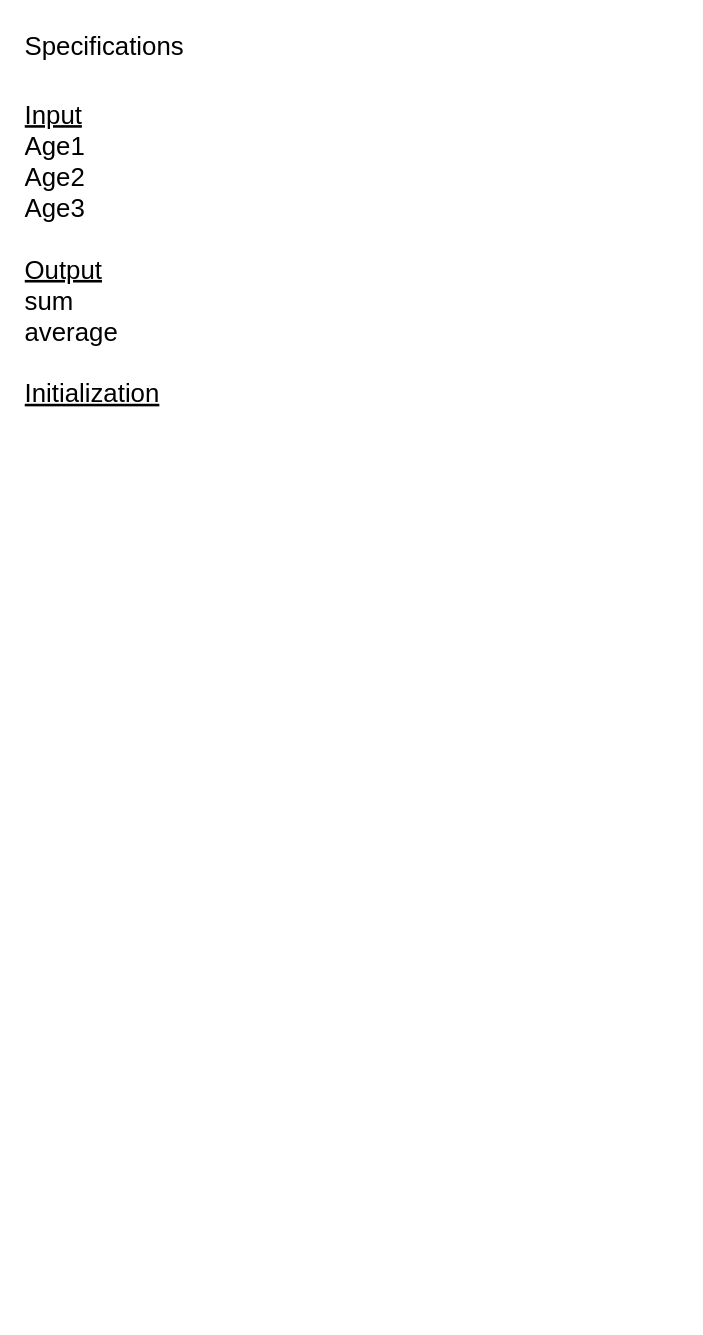
Earlier version of the draw.io diagram Flowcharts/Ages Flowchart.drawio (ElectricDaFearox/Tougaloo-Fundemental-Programming). Source tidied: cells renumbered, new cells numbered last; positions are measured from the earlier drawing's top-left corner, leaving out a move shared by most shapes. Both pictures are drawn from the tidied source at 129%, with x=0, y=0 at pixel (22, 22).
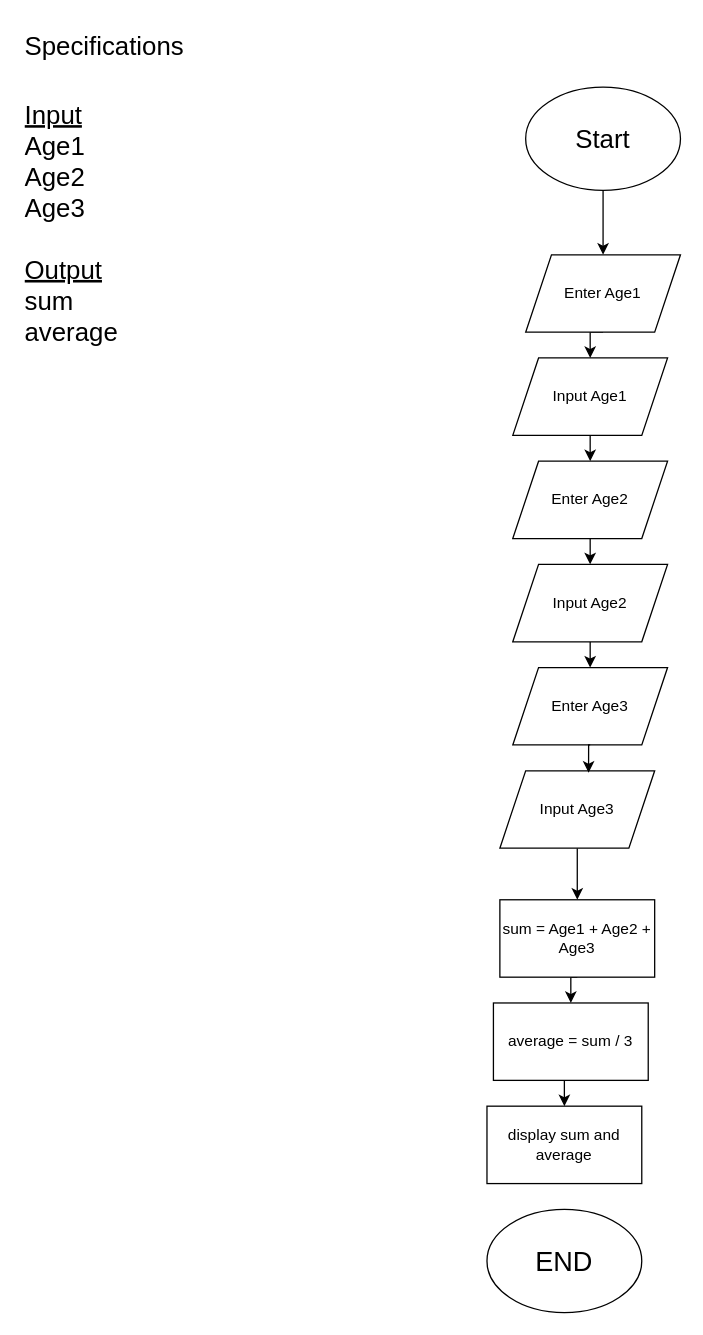
Above is the later version.

What changed in the source:
```diff
@@
-    <mxCell id="2" value="&lt;div&gt;&lt;font style=&quot;font-size: 20px;&quot;&gt;Specifications&lt;/font&gt;&lt;/div&gt;&lt;br&gt;&lt;div&gt;&lt;br&gt;&lt;/div&gt;&lt;div style=&quot;font-size: 20px;&quot;&gt;&lt;u&gt;Input&lt;/u&gt;&lt;br&gt;Age1&lt;br&gt;Age2&lt;br&gt;Age3&lt;br&gt;&lt;br&gt;&lt;u&gt;Output&lt;/u&gt;&lt;br&gt;sum&lt;br&gt;average&lt;br&gt;&lt;br&gt;&lt;u&gt;Initialization&lt;br&gt;&lt;/u&gt;&lt;br&gt;&lt;/div&gt;" style="text;html=1;whiteSpace=wrap;overflow=hidden;rounded=0;" parent="1" vertex="1">
+    <mxCell id="2" value="&lt;div&gt;&lt;font style=&quot;font-size: 20px;&quot;&gt;Specifications&lt;/font&gt;&lt;/div&gt;&lt;br&gt;&lt;div&gt;&lt;br&gt;&lt;/div&gt;&lt;div style=&quot;font-size: 20px;&quot;&gt;&lt;u&gt;Input&lt;/u&gt;&lt;br&gt;Age1&lt;br&gt;Age2&lt;br&gt;Age3&lt;br&gt;&lt;br&gt;&lt;u&gt;Output&lt;/u&gt;&lt;br&gt;sum&lt;br&gt;average&lt;br&gt;&lt;br&gt;&lt;u&gt;&lt;br&gt;&lt;/u&gt;&lt;br&gt;&lt;/div&gt;" style="text;html=1;whiteSpace=wrap;overflow=hidden;rounded=0;" parent="1" vertex="1">
       <mxGeometry width="360" height="410" as="geometry" />
     </mxCell>
+    <mxCell id="3" style="edgeStyle=orthogonalEdgeStyle;rounded=0;jettySize=auto;html=1;exitX=0.5;exitY=1;exitDx=0;exitDy=0;entryX=0.5;entryY=0;entryDx=0;entryDy=0;" parent="1" edge="1" source="4" target="6">
+      <mxGeometry relative="1" as="geometry" />
+    </mxCell>
+    <mxCell id="4" value="&lt;font style=&quot;font-size: 20px;&quot;&gt;Start&lt;/font&gt;" style="ellipse;whiteSpace=wrap;html=1;" parent="1" vertex="1">
+      <mxGeometry x="390" y="50" width="120" height="80" as="geometry" />
+    </mxCell>
+    <mxCell id="5" style="edgeStyle=orthogonalEdgeStyle;rounded=0;jettySize=auto;html=1;exitX=0.5;exitY=1;exitDx=0;exitDy=0;entryX=0.5;entryY=0;entryDx=0;entryDy=0;" parent="1" edge="1" source="6" target="8">
+      <mxGeometry relative="1" as="geometry" />
+    </mxCell>
+    <mxCell id="6" value="Enter Age1" style="shape=parallelogram;perimeter=parallelogramPerimeter;whiteSpace=wrap;html=1;fixedSize=1;" parent="1" vertex="1">
+      <mxGeometry x="390" y="180" width="120" height="60" as="geometry" />
+    </mxCell>
+    <mxCell id="7" style="edgeStyle=orthogonalEdgeStyle;rounded=0;jettySize=auto;html=1;exitX=0.5;exitY=1;exitDx=0;exitDy=0;entryX=0.5;entryY=0;entryDx=0;entryDy=0;" parent="1" edge="1" source="8" target="10">
+      <mxGeometry relative="1" as="geometry" />
+    </mxCell>
+    <mxCell id="8" value="Input Age1" style="shape=parallelogram;perimeter=parallelogramPerimeter;whiteSpace=wrap;html=1;fixedSize=1;" parent="1" vertex="1">
+      <mxGeometry x="380" y="260" width="120" height="60" as="geometry" />
+    </mxCell>
+    <mxCell id="9" style="edgeStyle=orthogonalEdgeStyle;rounded=0;jettySize=auto;html=1;exitX=0.5;exitY=1;exitDx=0;exitDy=0;entryX=0.5;entryY=0;entryDx=0;entryDy=0;" parent="1" edge="1" source="10" target="12">
+      <mxGeometry relative="1" as="geometry" />
+    </mxCell>
+    <mxCell id="10" value="Enter Age2" style="shape=parallelogram;perimeter=parallelogramPerimeter;whiteSpace=wrap;html=1;fixedSize=1;" parent="1" vertex="1">
+      <mxGeometry x="380" y="340" width="120" height="60" as="geometry" />
+    </mxCell>
+    <mxCell id="11" style="edgeStyle=orthogonalEdgeStyle;rounded=0;jettySize=auto;html=1;exitX=0.5;exitY=1;exitDx=0;exitDy=0;entryX=0.5;entryY=0;entryDx=0;entryDy=0;" parent="1" edge="1" source="12" target="13">
+      <mxGeometry relative="1" as="geometry" />
+    </mxCell>
+    <mxCell id="12" value="Input Age2" style="shape=parallelogram;perimeter=parallelogramPerimeter;whiteSpace=wrap;html=1;fixedSize=1;" parent="1" vertex="1">
+      <mxGeometry x="380" y="420" width="120" height="60" as="geometry" />
+    </mxCell>
+    <mxCell id="13" value="Enter Age3" style="shape=parallelogram;perimeter=parallelogramPerimeter;whiteSpace=wrap;html=1;fixedSize=1;" parent="1" vertex="1">
+      <mxGeometry x="380" y="500" width="120" height="60" as="geometry" />
+    </mxCell>
+    <mxCell id="14" style="edgeStyle=orthogonalEdgeStyle;rounded=0;jettySize=auto;html=1;exitX=0.5;exitY=1;exitDx=0;exitDy=0;entryX=0.5;entryY=0;entryDx=0;entryDy=0;" parent="1" edge="1" source="15" target="17">
+      <mxGeometry relative="1" as="geometry" />
+    </mxCell>
+    <mxCell id="15" value="Input Age3" style="shape=parallelogram;perimeter=parallelogramPerimeter;whiteSpace=wrap;html=1;fixedSize=1;" parent="1" vertex="1">
+      <mxGeometry x="370" y="580" width="120" height="60" as="geometry" />
+    </mxCell>
+    <mxCell id="16" style="edgeStyle=orthogonalEdgeStyle;rounded=0;jettySize=auto;html=1;exitX=0.5;exitY=1;exitDx=0;exitDy=0;entryX=0.5;entryY=0;entryDx=0;entryDy=0;" parent="1" edge="1" source="17" target="19">
+      <mxGeometry relative="1" as="geometry" />
+    </mxCell>
+    <mxCell id="17" value="sum = Age1 + Age2 + Age3" style="rounded=0;whiteSpace=wrap;html=1;" parent="1" vertex="1">
+      <mxGeometry x="370" y="680" width="120" height="60" as="geometry" />
+    </mxCell>
+    <mxCell id="18" style="edgeStyle=orthogonalEdgeStyle;rounded=0;jettySize=auto;html=1;exitX=0.5;exitY=1;exitDx=0;exitDy=0;entryX=0.5;entryY=0;entryDx=0;entryDy=0;" parent="1" edge="1" source="19" target="20">
+      <mxGeometry relative="1" as="geometry" />
+    </mxCell>
+    <mxCell id="19" value="average = sum / 3" style="rounded=0;whiteSpace=wrap;html=1;" parent="1" vertex="1">
+      <mxGeometry x="365" y="760" width="120" height="60" as="geometry" />
+    </mxCell>
+    <mxCell id="20" value="display sum and average" style="rounded=0;whiteSpace=wrap;html=1;" parent="1" vertex="1">
+      <mxGeometry x="360" y="840" width="120" height="60" as="geometry" />
+    </mxCell>
+    <mxCell id="21" style="edgeStyle=orthogonalEdgeStyle;rounded=0;jettySize=auto;html=1;exitX=0.5;exitY=1;exitDx=0;exitDy=0;entryX=0.573;entryY=0.025;entryDx=0;entryDy=0;entryPerimeter=0;" parent="1" edge="1" source="13" target="15">
+      <mxGeometry relative="1" as="geometry" />
+    </mxCell>
+    <mxCell id="22" value="&lt;font style=&quot;font-size: 21px;&quot;&gt;END&lt;/font&gt;" style="ellipse;whiteSpace=wrap;html=1;" parent="1" vertex="1">
+      <mxGeometry x="360" y="920" width="120" height="80" as="geometry" />
+    </mxCell>
```
